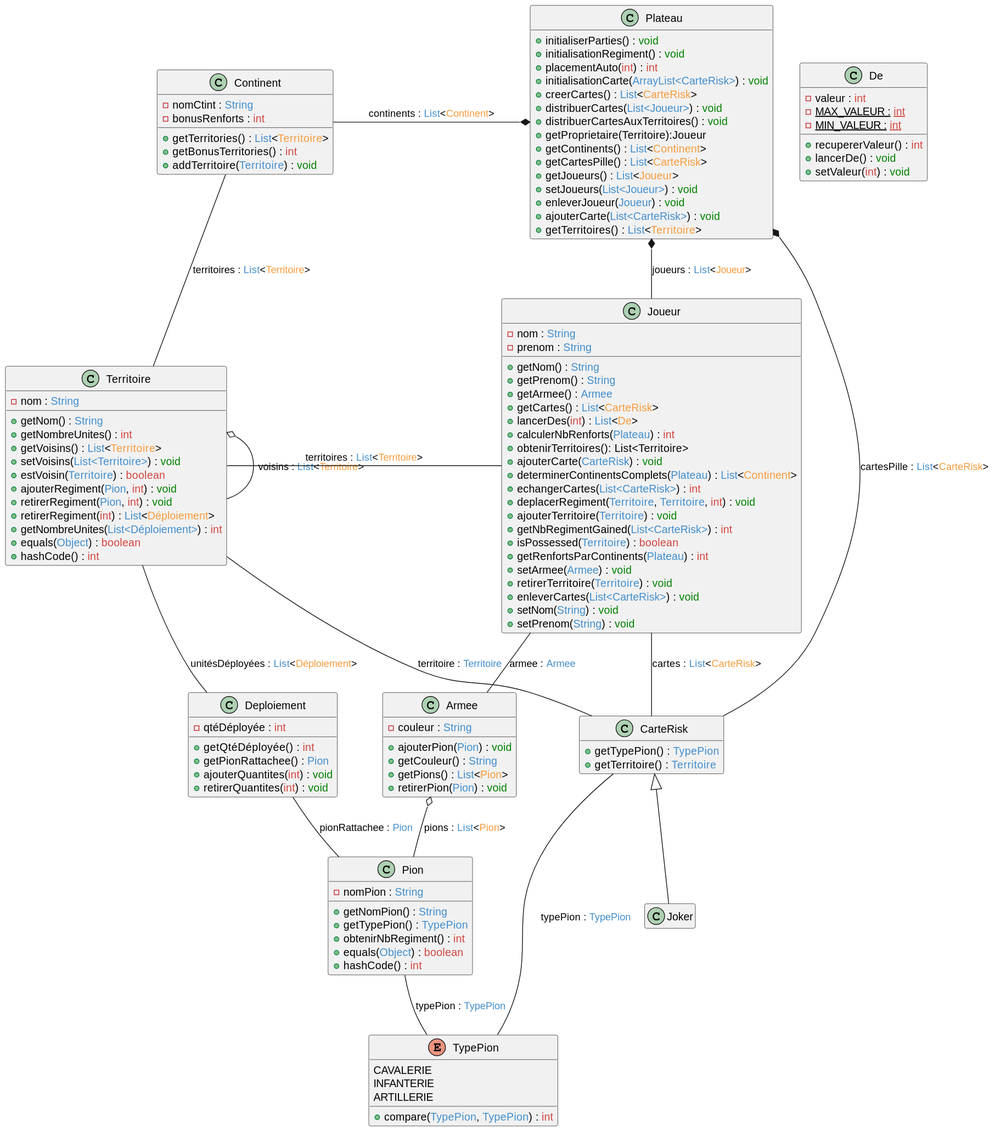
manuvai/risk2023 keeps this PlantUML diagram as out/docs/dcl/dcl.svg. Above is the earlier version.
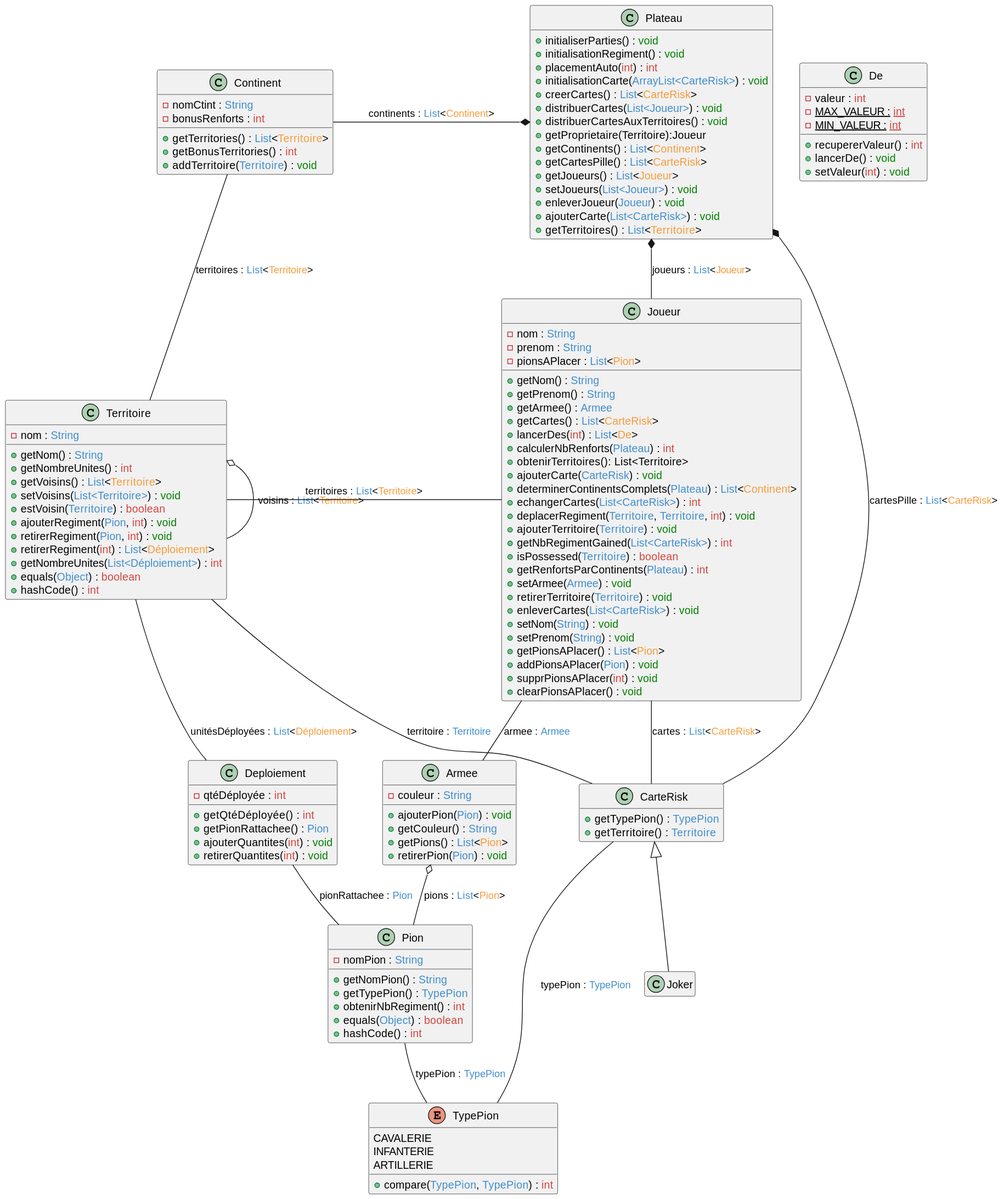
Above is the later version.

Commit message:
feat: Ajout des attributs

Diff of the diagram source:
```diff
@@ -125,6 +125,7 @@
 class Joueur {
     -string(nom)
     -string(prenom)
+    -list(Pion, pionsAPlacer)
 
     +string("getNom()")
     +string("getPrenom()")
@@ -146,6 +147,10 @@
     +void("enleverCartes(List<CarteRisk>)")
     +void("setNom(String)")
     +void("setPrenom(String)")
+    +list(Pion, "getPionsAPlacer()")
+    +void("addPionsAPlacer(Pion)")
+    +void("supprPionsAPlacer(int)")
+    +void("clearPionsAPlacer()")
 }
 Joueur -- Armee : member(Armee, armee)
 
```
